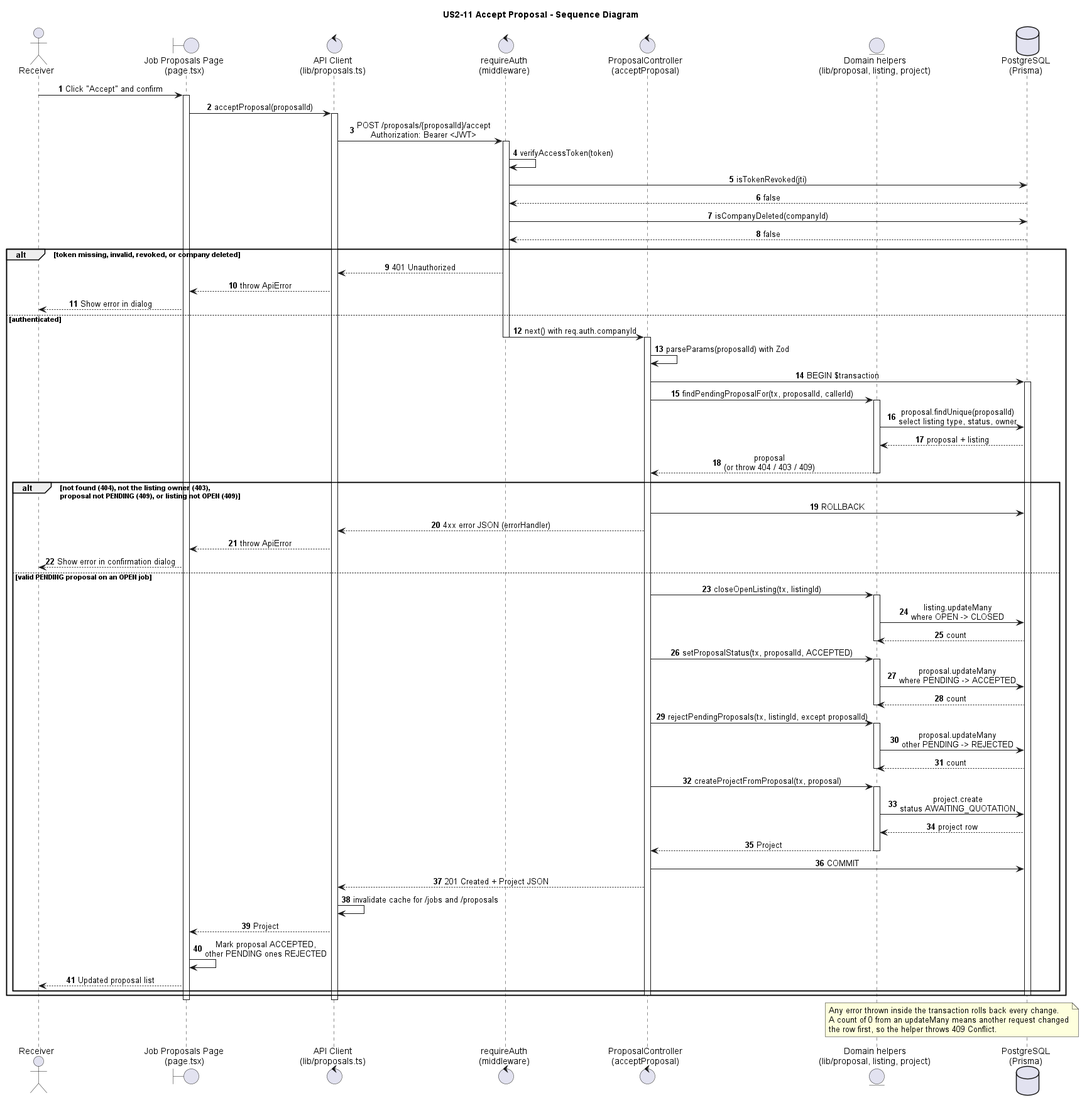
The PlantUML diagram docs/uml/sequence/accept-proposal-implementation.png in taofuuu/MangoDB, before a commit.
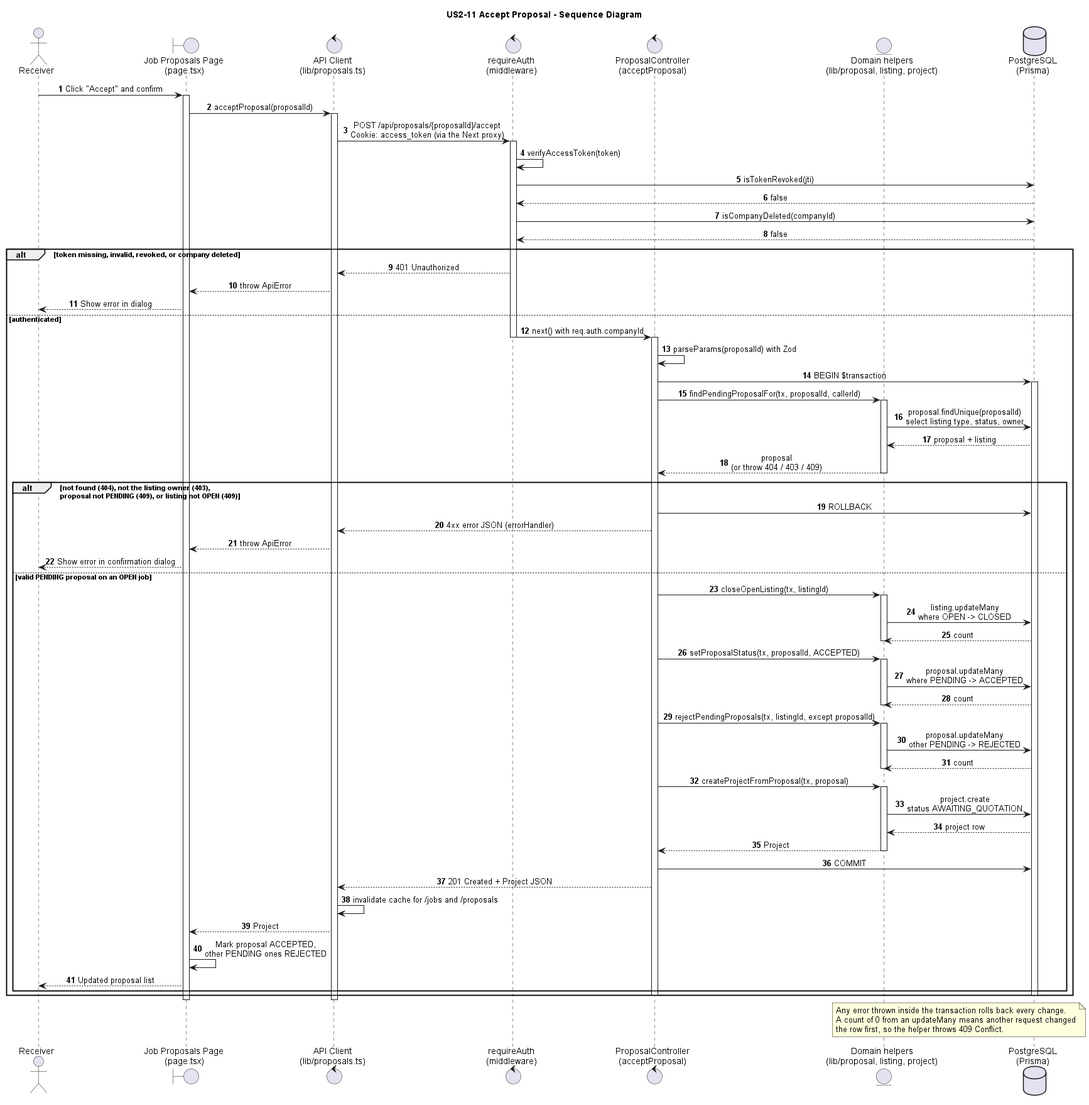
Later version of the same file.

Commit message:
docs(api): fix four OpenAPI schemas, fail startup on a broken @openapi block

What changed in the source:
```diff
@@ -19,7 +19,7 @@
 activate Page
 Page -> Client : acceptProposal(proposalId)
 activate Client
-Client -> Auth : POST /proposals/{proposalId}/accept\nAuthorization: Bearer <JWT>
+Client -> Auth : POST /api/proposals/{proposalId}/accept\nCookie: access_token (via the Next proxy)
 activate Auth
 
 Auth -> Auth : verifyAccessToken(token)
```
